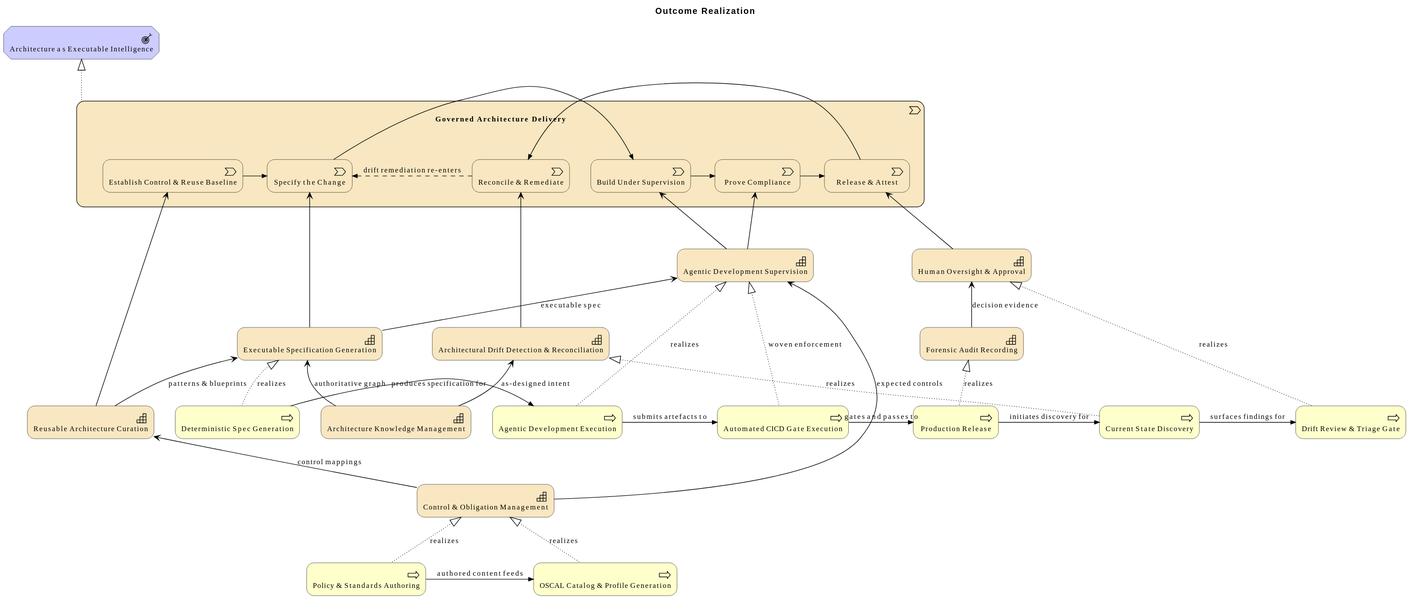
The PlantUML diagram architecture/model/diagrams/vision/outcome-realization.svg in wolffy-au/frictionless-architect, before a commit.
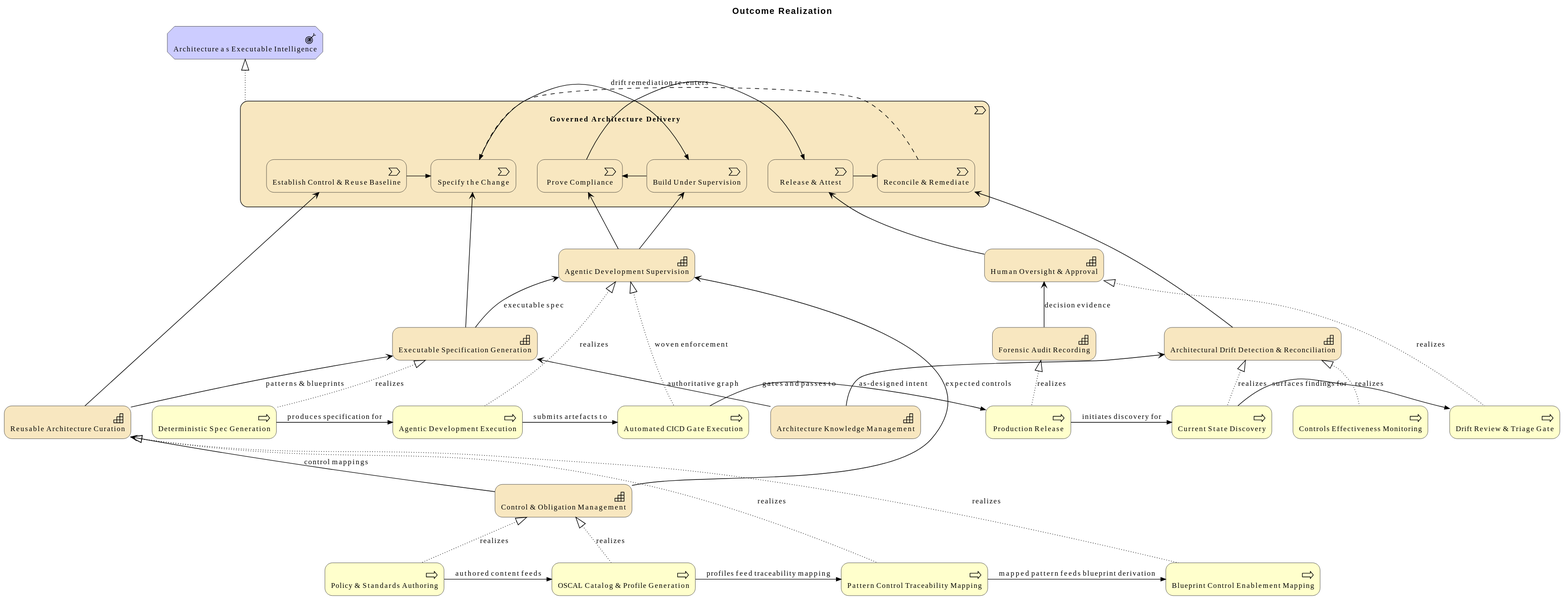
Above is the later version.

What changed in the source:
```diff
@@ -28,6 +28,9 @@
 Business_Process(e_id33612ed603b85e, "Drift Review & Triage Gate")
 Business_Process(e_id14fa9f783d5350, "Policy & Standards Authoring")
 Business_Process(e_idfeca8b2013795e, "OSCAL Catalog & Profile Generation")
+Business_Process(e_id65065ee24d3c54, "Pattern Control Traceability Mapping")
+Business_Process(e_id378927722a8d5a, "Blueprint Control Enablement Mapping")
+Business_Process(e_id18a08f8aff8057, "Controls Effectiveness Monitoring")
 
 Rel_Realization_Up(e_idcd5e1d4017725d, e_idfbcf1e02e62655, "")
 Rel_Serving_Up(e_id752d1de3794f5f, e_id447909387df55c, "")
@@ -57,10 +60,15 @@
 Rel_Realization_Up(e_id0ee6a752deff52, e_id4a1c34ab69d151, "realizes")
 Rel_Realization_Up(e_id9459a13c29ec5d, e_idc29413a2099958, "realizes")
 Rel_Realization_Up(e_id33612ed603b85e, e_id08f340a094e552, "realizes")
+Rel_Realization_Up(e_id65065ee24d3c54, e_id752d1de3794f5f, "realizes")
+Rel_Realization_Up(e_id378927722a8d5a, e_id752d1de3794f5f, "realizes")
 Rel_Triggering_Right(e_id65467a0befb959, e_id0ee6a752deff52, "produces specification for")
 Rel_Triggering_Right(e_id0ee6a752deff52, e_id799f46ebb7e15b, "submits artefacts to")
 Rel_Triggering_Right(e_id799f46ebb7e15b, e_id9459a13c29ec5d, "gates and passes to")
 Rel_Triggering_Right(e_id9459a13c29ec5d, e_id3a7a27eefeb751, "initiates discovery for")
 Rel_Triggering_Right(e_id3a7a27eefeb751, e_id33612ed603b85e, "surfaces findings for")
 Rel_Triggering_Right(e_id14fa9f783d5350, e_idfeca8b2013795e, "authored content feeds")
+Rel_Triggering_Right(e_idfeca8b2013795e, e_id65065ee24d3c54, "profiles feed traceability mapping")
+Rel_Triggering_Right(e_id65065ee24d3c54, e_id378927722a8d5a, "mapped pattern feeds blueprint derivation")
+Rel_Realization_Up(e_id18a08f8aff8057, e_id41aa3eb894c852, "realizes")
 @enduml
```
